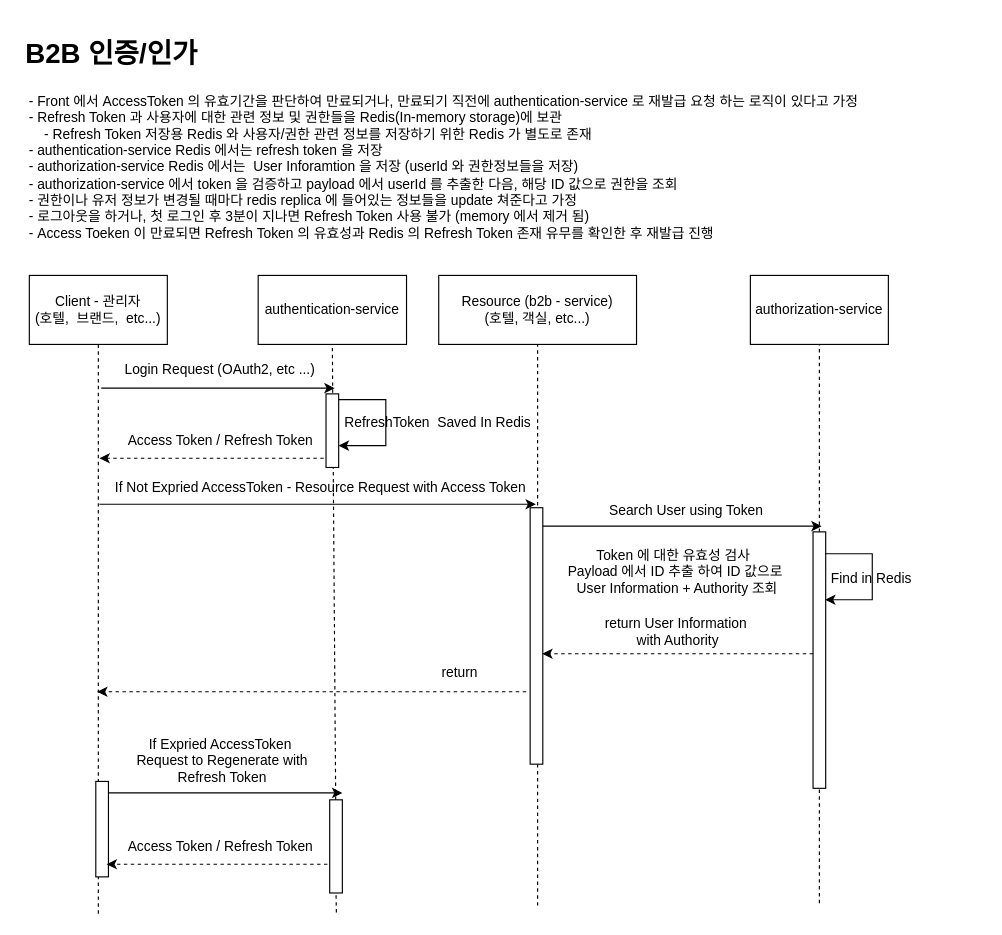
BAEKJungHo/TIL keeps this draw.io diagram as drawio/Untitled Diagram.drawio. Above is the earlier version. Source tidied: cells renumbered, new cells numbered last; positions are measured from the earlier drawing's top-left corner, leaving out a move shared by most shapes. Both pictures are drawn from the tidied source at 115%, with x=0, y=0 at pixel (20, 31).
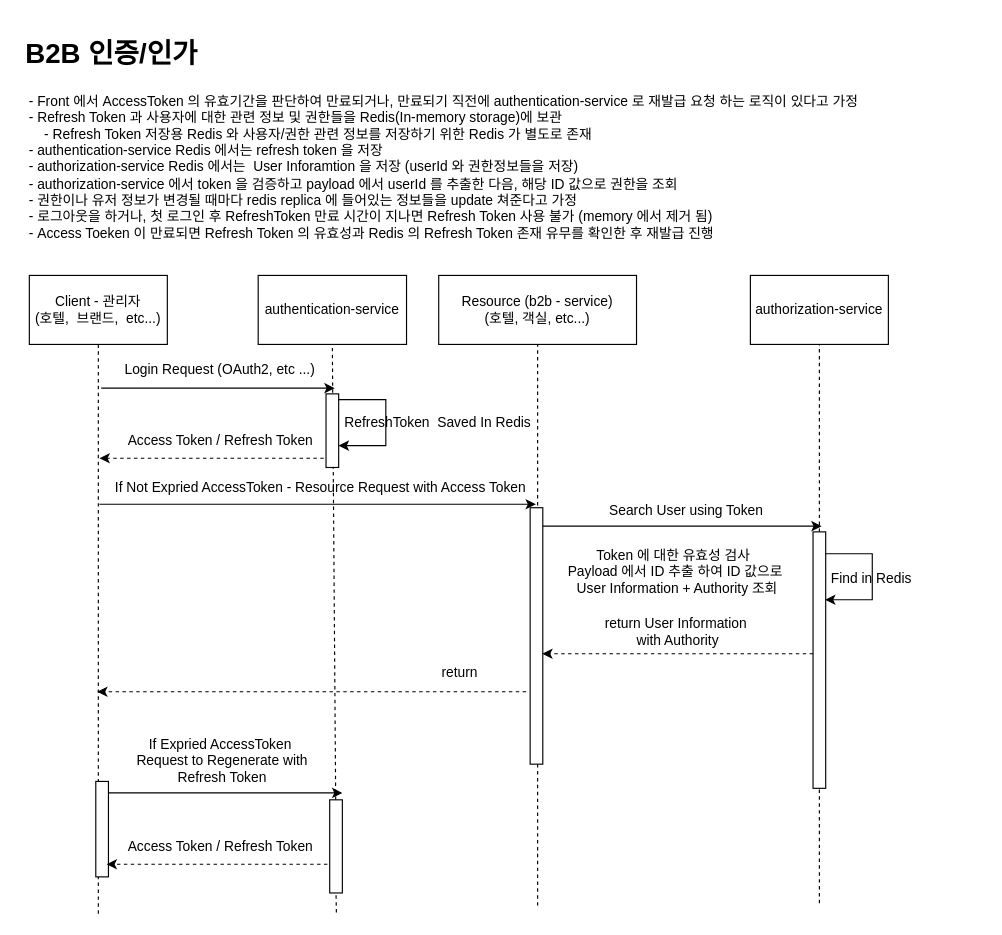
Above is the later version.

Diff of the diagram source:
```diff
@@
-    <mxCell id="19" value="- Front 에서 AccessToken 의 유효기간을 판단하여 만료되거나, 만료되기 직전에 authentication-service 로 재발급 요청 하는 로직이 있다고 가정&lt;br&gt;- Refresh Token 과 사용자에 대한 관련 정보 및 권한들을 Redis(In-memory storage)에 보관&lt;br&gt;&amp;nbsp; &amp;nbsp; - Refresh Token 저장용 Redis 와 사용자/권한 관련 정보를 저장하기 위한 Redis 가 별도로 존재&lt;br&gt;- authentication-service Redis 에서는 refresh token 을 저장&lt;br&gt;- authorization-service Redis 에서는&amp;nbsp; User Inforamtion 을 저장 (userId 와 권한정보들을 저장)&lt;br&gt;- authorization-service 에서 token 을 검증하고 payload 에서 userId 를 추출한 다음, 해당 ID 값으로 권한을 조회&lt;br&gt;- 권한이나 유저 정보가 변경될 때마다 redis replica 에 들어있는 정보들을 update 쳐준다고 가정&lt;br&gt;- 로그아웃을 하거나, 첫 로그인 후 3분이 지나면 Refresh Token 사용 불가 (memory 에서 제거 됨)&lt;br&gt;- Access Toeken 이 만료되면 Refresh Token 의 유효성과 Redis 의 Refresh Token 존재 유무를 확인한 후 재발급 진행" style="text;html=1;strokeColor=none;fillColor=none;align=left;verticalAlign=middle;whiteSpace=wrap;rounded=0;" parent="1" vertex="1">
+    <mxCell id="19" value="- Front 에서 AccessToken 의 유효기간을 판단하여 만료되거나, 만료되기 직전에 authentication-service 로 재발급 요청 하는 로직이 있다고 가정&lt;br&gt;- Refresh Token 과 사용자에 대한 관련 정보 및 권한들을 Redis(In-memory storage)에 보관&lt;br&gt;&amp;nbsp; &amp;nbsp; - Refresh Token 저장용 Redis 와 사용자/권한 관련 정보를 저장하기 위한 Redis 가 별도로 존재&lt;br&gt;- authentication-service Redis 에서는 refresh token 을 저장&lt;br&gt;- authorization-service Redis 에서는&amp;nbsp; User Inforamtion 을 저장 (userId 와 권한정보들을 저장)&lt;br&gt;- authorization-service 에서 token 을 검증하고 payload 에서 userId 를 추출한 다음, 해당 ID 값으로 권한을 조회&lt;br&gt;- 권한이나 유저 정보가 변경될 때마다 redis replica 에 들어있는 정보들을 update 쳐준다고 가정&lt;br&gt;- 로그아웃을 하거나, 첫 로그인 후 RefreshToken 만료 시간이 지나면 Refresh Token 사용 불가 (memory 에서 제거 됨)&lt;br&gt;- Access Toeken 이 만료되면 Refresh Token 의 유효성과 Redis 의 Refresh Token 존재 유무를 확인한 후 재발급 진행" style="text;html=1;strokeColor=none;fillColor=none;align=left;verticalAlign=middle;whiteSpace=wrap;rounded=0;" parent="1" vertex="1">
       <mxGeometry x="6" y="43" width="782.5" height="149" as="geometry" />
     </mxCell>
```
